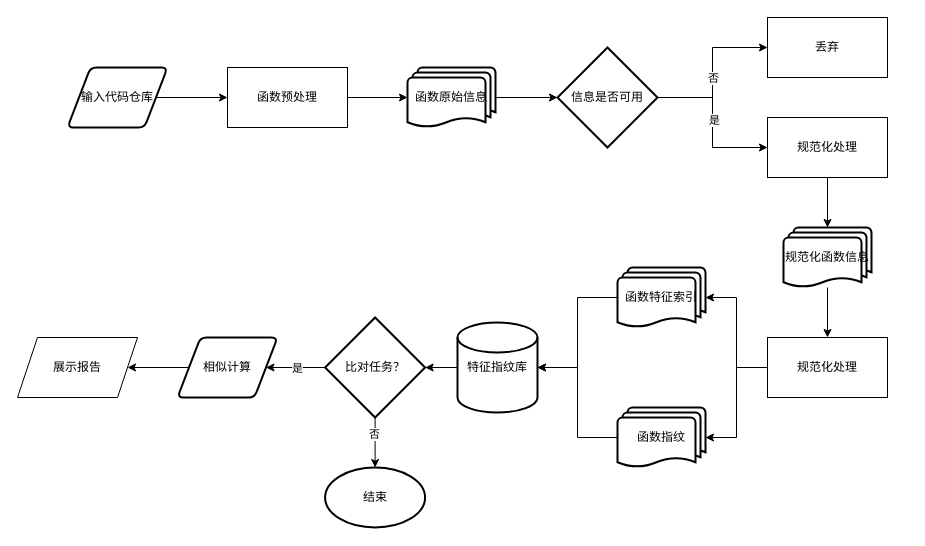
This is 设计流程图.drawio from wanghaoxu001/cloudimg, a draw.io file, before an edit. Source tidied: cells renumbered, new cells numbered last; positions are measured from the earlier drawing's top-left corner, leaving out a move shared by most shapes. Both pictures are drawn from the tidied source at 100%, with x=0, y=0 at pixel (17, 17).
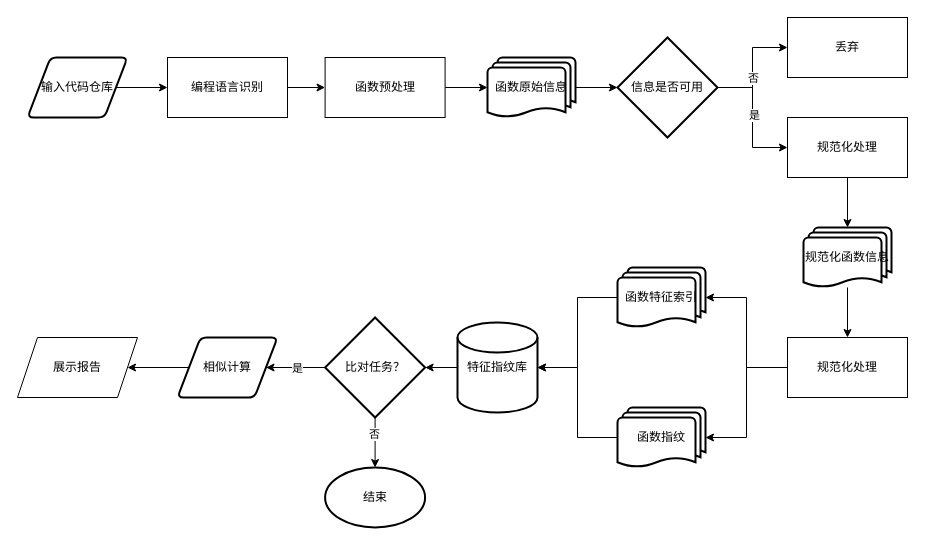
Above is the later version.

Commit message:
更新设计流程图.drawio

Change to the diagram source:
```diff
@@
     <mxCell id="3" value="函数原始信息" style="strokeWidth=2;html=1;shape=mxgraph.flowchart.multi-document;whiteSpace=wrap;" parent="1" vertex="1">
-      <mxGeometry x="390" y="50" width="88" height="60" as="geometry" />
+      <mxGeometry x="470" y="40" width="88" height="60" as="geometry" />
     </mxCell>
@@
     <mxCell id="8" value="信息是否可用" style="strokeWidth=2;html=1;shape=mxgraph.flowchart.decision;whiteSpace=wrap;" parent="1" vertex="1">
-      <mxGeometry x="540" y="30" width="100" height="100" as="geometry" />
+      <mxGeometry x="600" y="20" width="100" height="100" as="geometry" />
     </mxCell>
@@
     <mxCell id="10" value="规范化函数信息" style="strokeWidth=2;html=1;shape=mxgraph.flowchart.multi-document;whiteSpace=wrap;" parent="1" vertex="1">
-      <mxGeometry x="766" y="210" width="88" height="60" as="geometry" />
+      <mxGeometry x="786" y="210" width="88" height="60" as="geometry" />
     </mxCell>
@@
     <mxCell id="26" value="函数预处理" style="rounded=0;whiteSpace=wrap;html=1;" parent="1" vertex="1">
-      <mxGeometry x="210" y="50" width="120" height="60" as="geometry" />
+      <mxGeometry x="307.6" y="40" width="120" height="60" as="geometry" />
     </mxCell>
     <mxCell id="27" value="丢弃" style="rounded=0;whiteSpace=wrap;html=1;" parent="1" vertex="1">
-      <mxGeometry x="750" width="120" height="60" as="geometry" />
+      <mxGeometry x="770" width="120" height="60" as="geometry" />
     </mxCell>
@@
     <mxCell id="29" value="规范化处理" style="rounded=0;whiteSpace=wrap;html=1;" parent="1" vertex="1">
-      <mxGeometry x="750" y="100" width="120" height="60" as="geometry" />
+      <mxGeometry x="770" y="100" width="120" height="60" as="geometry" />
     </mxCell>
-    <mxCell id="30" style="edgeStyle=orthogonalEdgeStyle;rounded=0;jettySize=auto;html=1;entryX=0;entryY=0.5;entryDx=0;entryDy=0;" parent="1" edge="1" source="31" target="26">
-      <mxGeometry relative="1" as="geometry" />
-    </mxCell>
+    <mxCell id="36" style="edgeStyle=orthogonalEdgeStyle;rounded=0;jettySize=auto;html=1;" parent="1" edge="1" source="31" target="38">
+      <mxGeometry relative="1" as="geometry" />
+    </mxCell>
     <mxCell id="31" value="输入代码仓库" style="shape=parallelogram;html=1;strokeWidth=2;perimeter=parallelogramPerimeter;whiteSpace=wrap;rounded=1;arcSize=12;size=0.23;" parent="1" vertex="1">
-      <mxGeometry x="50" y="50" width="100" height="60" as="geometry" />
+      <mxGeometry x="10" y="40" width="100" height="60" as="geometry" />
     </mxCell>
@@
     <mxCell id="34" value="规范化处理" style="rounded=0;whiteSpace=wrap;html=1;" parent="1" vertex="1">
-      <mxGeometry x="750" y="320" width="120" height="60" as="geometry" />
+      <mxGeometry x="770" y="320" width="120" height="60" as="geometry" />
     </mxCell>
@@
+    <mxCell id="37" style="edgeStyle=orthogonalEdgeStyle;rounded=0;jettySize=auto;html=1;" parent="1" edge="1" source="38" target="26">
+      <mxGeometry relative="1" as="geometry" />
+    </mxCell>
+    <mxCell id="38" value="编程语言识别" style="rounded=0;whiteSpace=wrap;html=1;" parent="1" vertex="1">
+      <mxGeometry x="150" y="40" width="120" height="60" as="geometry" />
+    </mxCell>
```
